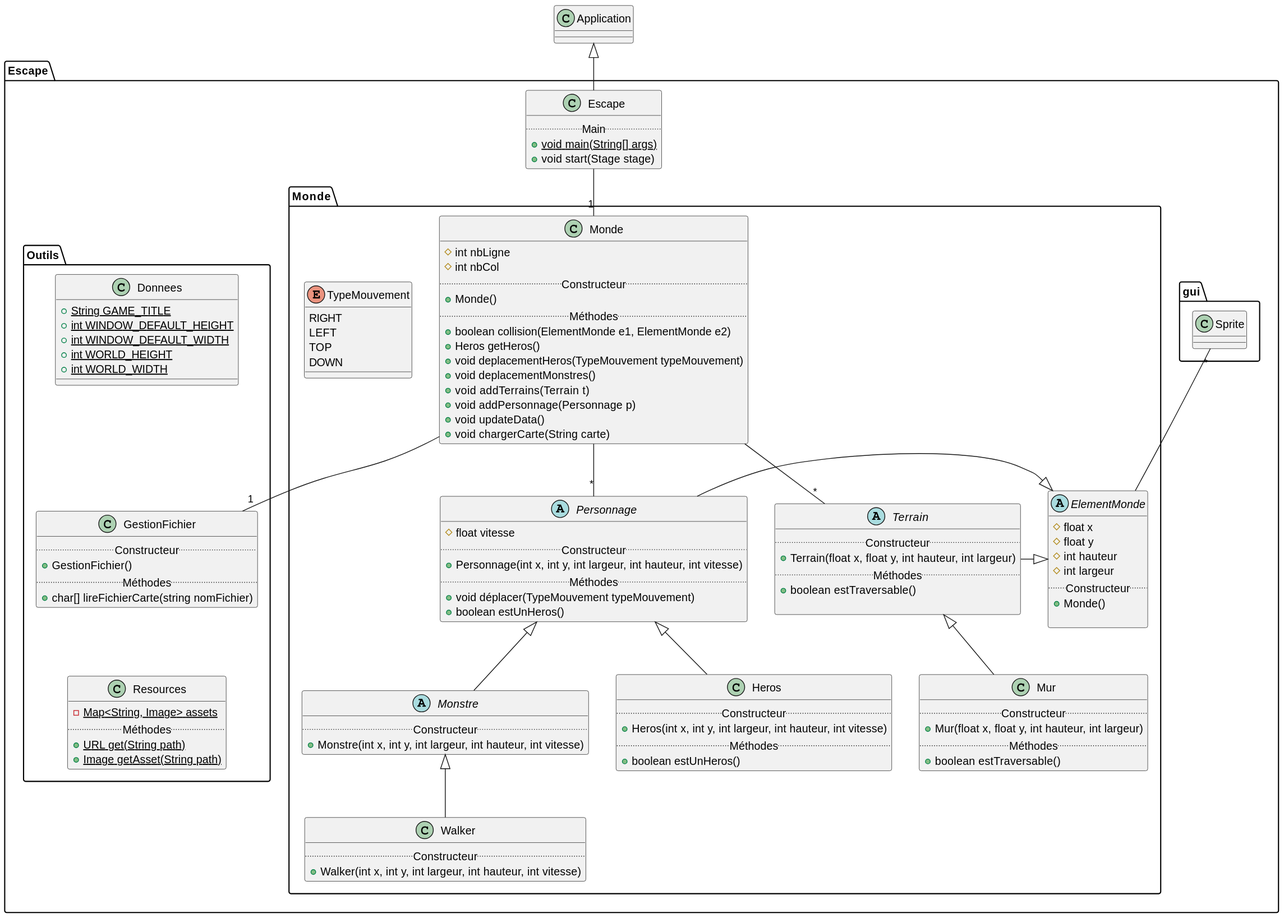
The PlantUML diagram docs/uml/class-diagram.svg in victord54/escape, before a commit.
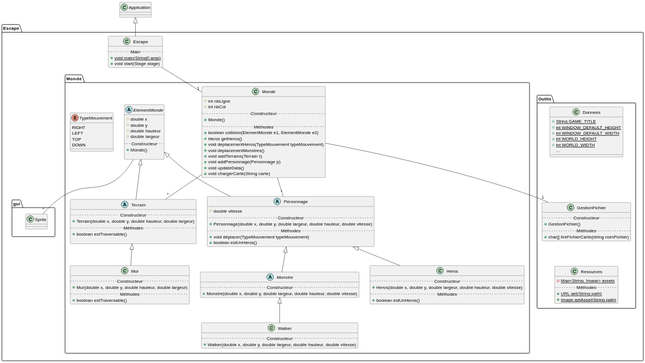
The same diagram one commit later.

Commit message:
double everywhere in ElementMonde

What changed in the source:
```diff
@@ -1,19 +1,19 @@
 @startuml
-package Escape{
+package Escape {
 
   package Monde {
     abstract class ElementMonde {
-      # float x
-      # float y
-      # int hauteur
-      # int largeur
+      # double x
+      # double y
+      # double hauteur
+      # double largeur
       ..Constructeur..
       + Monde()
 
     }
     abstract class Terrain {
       ..Constructeur..
-      + Terrain(float x, float y, int hauteur, int largeur)
+      + Terrain(double x, double y, double hauteur, double largeur)
       ..Méthodes..
       + boolean estTraversable()
 
@@ -21,16 +21,16 @@
 
     class Mur {
       ..Constructeur..
-      + Mur(float x, float y, int hauteur, int largeur)
+      + Mur(double x, double y, double hauteur, double largeur)
       ..Méthodes..
       + boolean estTraversable()
     }
 
 
     abstract class Personnage {
-      # float vitesse
+      # double vitesse
       ..Constructeur..
-      + Personnage(int x, int y, int largeur, int hauteur, int vitesse)
+      + Personnage(double x, double y, double largeur, double hauteur, double vitesse)
       ..Méthodes..
       + void déplacer(TypeMouvement typeMouvement)
       + boolean estUnHeros()
@@ -45,19 +45,19 @@
 
     class Heros {
       ..Constructeur..
-      + Heros(int x, int y, int largeur, int hauteur, int vitesse)
+      + Heros(double x, double y, double largeur, double hauteur, double vitesse)
       ..Méthodes..
       + boolean estUnHeros()
     }
 
     abstract class Monstre {
       ..Constructeur..
-      + Monstre(int x, int y, int largeur, int hauteur, int vitesse)
+      + Monstre(double x, double y, double largeur, double hauteur, double vitesse)
     }
 
     class Walker {
       ..Constructeur..
-      + Walker(int x, int y, int largeur, int hauteur, int vitesse)
+      + Walker(double x, double y, double largeur, double hauteur, double vitesse)
     }
 
     class Monde {
@@ -90,6 +90,7 @@
         + {static} int WINDOW_DEFAULT_WIDTH
         + {static} int WORLD_HEIGHT
         + {static} int WORLD_WIDTH
+        ...
     }
 
     class GestionFichier {
@@ -114,13 +115,20 @@
 
 class Application
 
+
+Escape.Escape -[hidden]-> Escape.gui
+Resources -[hidden]up-> GestionFichier
+GestionFichier -[hidden]up-> Donnees
+TypeMouvement -[hidden]right-> ElementMonde
+
+
 Escape.Escape -- "1" Escape.Monde.Monde
-Personnage -left-|> ElementMonde
+Personnage -up-|> ElementMonde
 Heros -up-|> Personnage
 Monstre -up-|> Personnage
 Walker -up-|> Monstre
 
-Terrain -right-|> ElementMonde
+Terrain -up-|> ElementMonde
 Mur -up-|> Terrain
 Escape.Escape -up-|> Application
 
@@ -128,12 +136,7 @@
 Escape.Monde.Monde -- "*" Personnage
 Escape.Monde.Monde -- "*" Terrain
 
-
 Escape.Monde.Monde -- "1" GestionFichier
 
-Resources -[hidden]up-> GestionFichier
-GestionFichier -[hidden]up-> Donnees
-TypeMouvement -[hidden]right-> Escape.Monde.Monde
-
-ElementMonde -up-"*" Sprite
+ElementMonde --"*" Escape.gui.Sprite
 @enduml
```
